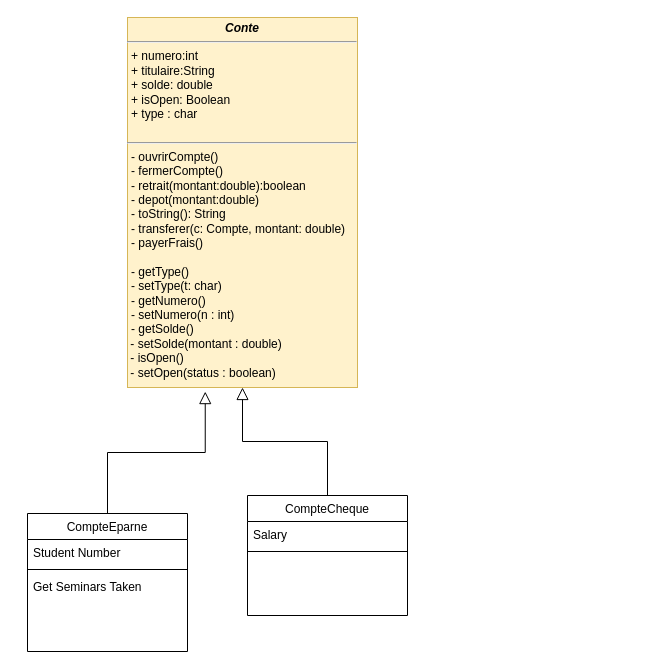
This is DEPOT/UML_Banque_Java.drawio from LuisCODS/Banque_Java, a draw.io file, before an edit. Source tidied: cells renumbered, new cells numbered last; positions are measured from the earlier drawing's top-left corner, leaving out a move shared by most shapes. Both pictures are drawn from the tidied source at 100%, with x=0, y=0 at pixel (27, 17).
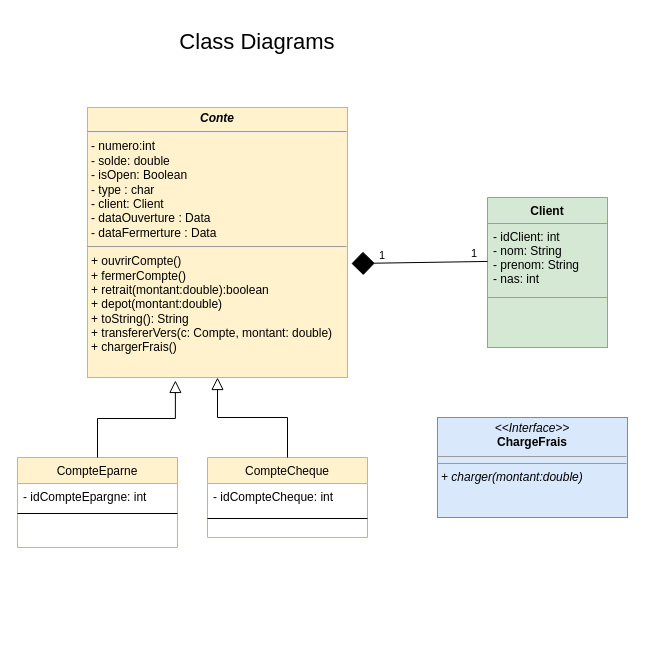
The same diagram, later.

What changed in the source:
```diff
@@
-    <mxCell id="2" value="CompteEparne" style="swimlane;fontStyle=0;align=center;verticalAlign=top;horizontal=1;startSize=26;rounded=0;shadow=0;strokeWidth=1;" parent="1" vertex="1">
-      <mxGeometry y="496" width="160" height="138" as="geometry" />
+    <mxCell id="2" value="CompteEparne" style="swimlane;fontStyle=0;align=center;verticalAlign=top;horizontal=1;startSize=26;rounded=0;shadow=0;strokeWidth=1;fillColor=#fff2cc;strokeColor=#d6b656;" parent="1" vertex="1">
+      <mxGeometry x="-10" y="440" width="160" height="90" as="geometry" />
     </mxCell>
-    <mxCell id="3" value="Student Number" style="text;align=left;verticalAlign=top;spacingLeft=4;spacingRight=4;overflow=hidden;" parent="2" vertex="1">
+    <mxCell id="3" value="- idCompteEpargne: int" style="text;align=left;verticalAlign=top;spacingLeft=4;spacingRight=4;overflow=hidden;" parent="2" vertex="1">
       <mxGeometry y="26" width="160" height="26" as="geometry" />
     </mxCell>
@@
-    <mxCell id="5" value="Get Seminars Taken" style="text;align=left;verticalAlign=top;spacingLeft=4;spacingRight=4;overflow=hidden;" parent="2" vertex="1">
-      <mxGeometry y="60" width="160" height="26" as="geometry" />
-    </mxCell>
@@
-    <mxCell id="7" value="CompteCheque" style="swimlane;fontStyle=0;align=center;verticalAlign=top;horizontal=1;startSize=26;rounded=0;shadow=0;strokeWidth=1;" parent="1" vertex="1">
-      <mxGeometry x="220" y="478" width="160" height="120" as="geometry" />
+    <mxCell id="7" value="CompteCheque" style="swimlane;fontStyle=0;align=center;verticalAlign=top;horizontal=1;startSize=26;rounded=0;shadow=0;strokeWidth=1;fillColor=#fff2cc;strokeColor=#d6b656;" parent="1" vertex="1">
+      <mxGeometry x="180" y="440" width="160" height="80" as="geometry" />
     </mxCell>
-    <mxCell id="8" value="Salary" style="text;align=left;verticalAlign=top;spacingLeft=4;spacingRight=4;overflow=hidden;" parent="7" vertex="1">
-      <mxGeometry y="26" width="160" height="26" as="geometry" />
-    </mxCell>
+    <mxCell id="12" value="- idCompteCheque: int" style="text;strokeColor=none;fillColor=none;align=left;verticalAlign=top;spacingLeft=4;spacingRight=4;overflow=hidden;" parent="7" vertex="1">
+      <mxGeometry y="26" width="160" height="26" as="geometry" />
+    </mxCell>
     <mxCell id="9" style="line;html=1;strokeWidth=1;align=left;verticalAlign=middle;spacingTop=-1;spacingLeft=3;spacingRight=3;labelPosition=right;" parent="7" vertex="1">
-      <mxGeometry y="52" width="160" height="8" as="geometry" />
+      <mxGeometry y="52" width="160" height="18" as="geometry" />
     </mxCell>
@@
-    <mxCell id="11" value="&lt;p style=&quot;margin: 4px 0px 0px; text-align: center; font-size: 12px;&quot;&gt;&lt;i style=&quot;font-size: 12px;&quot;&gt;&lt;b style=&quot;font-size: 12px;&quot;&gt;Conte&lt;/b&gt;&lt;/i&gt;&lt;/p&gt;&lt;hr style=&quot;font-size: 12px;&quot;&gt;&lt;p style=&quot;margin: 0px 0px 0px 4px; font-size: 12px;&quot;&gt;&lt;span style=&quot;font-size: 12px;&quot;&gt;&lt;span style=&quot;font-size: 12px;&quot;&gt;+ numero:int&lt;/span&gt;&lt;/span&gt;&lt;span style=&quot;font-size: 12px;&quot;&gt;&lt;/span&gt;&lt;/p&gt;&lt;p style=&quot;margin: 0px 0px 0px 4px; font-size: 12px;&quot;&gt;&lt;span style=&quot;font-size: 12px;&quot;&gt;&lt;span style=&quot;font-size: 12px;&quot;&gt;+ titulaire:String&lt;/span&gt;&lt;/span&gt;&lt;/p&gt;&lt;p style=&quot;margin: 0px 0px 0px 4px; font-size: 12px;&quot;&gt;&lt;span style=&quot;font-size: 12px;&quot;&gt;&lt;span style=&quot;font-size: 12px;&quot;&gt;+ solde: double&lt;/span&gt;&lt;/span&gt;&lt;/p&gt;&lt;p style=&quot;margin: 0px 0px 0px 4px; font-size: 12px;&quot;&gt;&lt;span style=&quot;font-size: 12px;&quot;&gt;&lt;span style=&quot;font-size: 12px;&quot;&gt;+ isOpen: Boolean&lt;/span&gt;&lt;/span&gt;&lt;/p&gt;&lt;p style=&quot;margin: 0px 0px 0px 4px; font-size: 12px;&quot;&gt;&lt;span style=&quot;font-size: 12px;&quot;&gt;&lt;span style=&quot;font-size: 12px;&quot;&gt;+ type : char&lt;/span&gt;&lt;/span&gt;&lt;span style=&quot;font-size: 12px;&quot;&gt;&lt;span style=&quot;font-size: 12px;&quot;&gt;&lt;/span&gt;&lt;/span&gt;&lt;/p&gt;&lt;p style=&quot;margin: 0px 0px 0px 4px; font-size: 12px;&quot;&gt;&lt;span style=&quot;font-size: 12px;&quot;&gt;&lt;span style=&quot;font-size: 12px;&quot;&gt;&lt;br style=&quot;font-size: 12px;&quot;&gt;&lt;/span&gt;&lt;/span&gt;&lt;span style=&quot;font-size: 12px;&quot;&gt;&lt;span style=&quot;font-size: 12px;&quot;&gt;&lt;/span&gt;&lt;/span&gt;&lt;span style=&quot;font-size: 12px;&quot;&gt;&lt;span style=&quot;font-size: 12px;&quot;&gt;&lt;/span&gt;&lt;/span&gt;&lt;/p&gt;&lt;p style=&quot;margin: 0px 0px 0px 4px; font-size: 12px;&quot;&gt;&lt;span style=&quot;font-size: 12px;&quot;&gt;&lt;span style=&quot;font-size: 12px;&quot;&gt; &lt;/span&gt;&lt;/span&gt;&lt;/p&gt;&lt;hr style=&quot;font-size: 12px;&quot;&gt;&lt;p style=&quot;margin: 0px 0px 0px 4px; font-size: 12px;&quot;&gt;- ouvrirCompte()&lt;br style=&quot;font-size: 12px;&quot;&gt;&lt;/p&gt;&lt;p style=&quot;margin: 0px 0px 0px 4px; font-size: 12px;&quot;&gt;- fermerCompte()&lt;br style=&quot;font-size: 12px;&quot;&gt;&lt;/p&gt;&lt;p style=&quot;margin: 0px 0px 0px 4px; font-size: 12px;&quot;&gt;- retrait(montant:double):boolean&lt;/p&gt;&lt;p style=&quot;margin: 0px 0px 0px 4px; font-size: 12px;&quot;&gt;- depot(montant:double)&lt;br style=&quot;font-size: 12px;&quot;&gt;&lt;/p&gt;&lt;p style=&quot;margin: 0px 0px 0px 4px; font-size: 12px;&quot;&gt;- toString(): String&lt;/p&gt;&lt;p style=&quot;margin: 0px 0px 0px 4px; font-size: 12px;&quot;&gt;&lt;/p&gt;&lt;p style=&quot;margin: 0px 0px 0px 4px; font-size: 12px;&quot;&gt;- transferer(c: Compte, montant: double)&lt;br style=&quot;font-size: 12px;&quot;&gt;&lt;/p&gt;&lt;p style=&quot;margin: 0px 0px 0px 4px; font-size: 12px;&quot; align=&quot;left&quot;&gt;- payerFrais()&lt;br style=&quot;font-size: 12px;&quot;&gt;&lt;/p&gt;&lt;p style=&quot;margin: 0px 0px 0px 4px; font-size: 12px;&quot;&gt;&lt;br style=&quot;font-size: 12px;&quot;&gt;&lt;/p&gt;&lt;p style=&quot;margin: 0px 0px 0px 4px; font-size: 12px;&quot;&gt;- getType()&lt;/p&gt;&lt;p style=&quot;margin: 0px 0px 0px 4px; font-size: 12px;&quot;&gt;- setType(t: char)&lt;br&gt;&lt;/p&gt;&lt;p style=&quot;margin: 0px 0px 0px 4px; font-size: 12px;&quot;&gt;- getNumero()&lt;/p&gt;&lt;p style=&quot;margin: 0px 0px 0px 4px; font-size: 12px;&quot;&gt;- setNumero(n : int)&lt;br&gt;&lt;/p&gt;&lt;p style=&quot;margin: 0px 0px 0px 4px; font-size: 12px;&quot;&gt;- getSolde()&lt;/p&gt;&lt;div style=&quot;font-size: 12px;&quot;&gt;&amp;nbsp;- setSolde(montant : double)&lt;/div&gt;&lt;div style=&quot;font-size: 12px;&quot;&gt;&amp;nbsp;- isOpen()&lt;/div&gt;&lt;div style=&quot;font-size: 12px;&quot;&gt;&amp;nbsp;- setOpen(status : boolean)&lt;br style=&quot;font-size: 12px;&quot;&gt;&lt;/div&gt;&lt;p style=&quot;margin: 0px 0px 0px 4px; font-size: 12px;&quot;&gt;&lt;/p&gt;&lt;p style=&quot;margin: 0px 0px 0px 4px; font-size: 12px;&quot;&gt;&lt;/p&gt;&lt;p style=&quot;margin: 0px 0px 0px 4px; font-size: 12px;&quot;&gt;&lt;/p&gt;&lt;p style=&quot;margin: 0px 0px 0px 4px; font-size: 12px;&quot;&gt;&lt;/p&gt;&lt;p style=&quot;margin: 0px 0px 0px 4px; font-size: 12px;&quot;&gt;&lt;/p&gt;" style="verticalAlign=top;align=left;overflow=fill;fontSize=12;fontFamily=Helvetica;html=1;fillColor=#fff2cc;strokeColor=#d6b656;" parent="1" vertex="1">
-      <mxGeometry x="100" width="230" height="370" as="geometry" />
+    <mxCell id="11" value="&lt;p style=&quot;margin: 4px 0px 0px; text-align: center; font-size: 12px;&quot;&gt;&lt;i style=&quot;font-size: 12px;&quot;&gt;&lt;b style=&quot;font-size: 12px;&quot;&gt;Conte&lt;/b&gt;&lt;/i&gt;&lt;/p&gt;&lt;hr style=&quot;font-size: 12px;&quot;&gt;&lt;p style=&quot;margin: 0px 0px 0px 4px; font-size: 12px;&quot;&gt;&lt;span style=&quot;font-size: 12px;&quot;&gt;&lt;span style=&quot;font-size: 12px;&quot;&gt;- numero:int&lt;/span&gt;&lt;/span&gt;&lt;/p&gt;&lt;p style=&quot;margin: 0px 0px 0px 4px; font-size: 12px;&quot;&gt;&lt;span style=&quot;font-size: 12px;&quot;&gt;&lt;span style=&quot;font-size: 12px;&quot;&gt;- solde: double&lt;/span&gt;&lt;/span&gt;&lt;/p&gt;&lt;p style=&quot;margin: 0px 0px 0px 4px; font-size: 12px;&quot;&gt;&lt;span style=&quot;font-size: 12px;&quot;&gt;&lt;span style=&quot;font-size: 12px;&quot;&gt;- isOpen: Boolean&lt;/span&gt;&lt;/span&gt;&lt;/p&gt;&lt;p style=&quot;margin: 0px 0px 0px 4px; font-size: 12px;&quot;&gt;&lt;span style=&quot;font-size: 12px;&quot;&gt;&lt;span style=&quot;font-size: 12px;&quot;&gt;- type : char&lt;/span&gt;&lt;/span&gt;&lt;/p&gt;&lt;p style=&quot;margin: 0px 0px 0px 4px; font-size: 12px;&quot;&gt;- client: Client&lt;/p&gt;&lt;p style=&quot;margin: 0px 0px 0px 4px; font-size: 12px;&quot;&gt;- dataOuverture : Data&lt;/p&gt;&lt;p style=&quot;margin: 0px 0px 0px 4px; font-size: 12px;&quot;&gt;- dataFermerture : Data&lt;span style=&quot;font-size: 12px;&quot;&gt;&lt;span style=&quot;font-size: 12px;&quot;&gt;&lt;/span&gt;&lt;/span&gt;&lt;span style=&quot;font-size: 12px;&quot;&gt;&lt;span style=&quot;font-size: 12px;&quot;&gt;&lt;/span&gt;&lt;/span&gt;&lt;/p&gt;&lt;p style=&quot;margin: 0px 0px 0px 4px; font-size: 12px;&quot;&gt;&lt;/p&gt;&lt;hr style=&quot;font-size: 12px;&quot;&gt;&lt;p style=&quot;margin: 0px 0px 0px 4px; font-size: 12px;&quot;&gt;+ ouvrirCompte()&lt;br style=&quot;font-size: 12px;&quot;&gt;&lt;/p&gt;&lt;p style=&quot;margin: 0px 0px 0px 4px; font-size: 12px;&quot;&gt;+ fermerCompte()&lt;br style=&quot;font-size: 12px;&quot;&gt;&lt;/p&gt;&lt;p style=&quot;margin: 0px 0px 0px 4px; font-size: 12px;&quot;&gt;+ retrait(montant:double):boolean&lt;/p&gt;&lt;p style=&quot;margin: 0px 0px 0px 4px; font-size: 12px;&quot;&gt;+ depot(montant:double)&lt;br style=&quot;font-size: 12px;&quot;&gt;&lt;/p&gt;&lt;p style=&quot;margin: 0px 0px 0px 4px; font-size: 12px;&quot;&gt;+ toString(): String&lt;/p&gt;&lt;p style=&quot;margin: 0px 0px 0px 4px; font-size: 12px;&quot;&gt;&lt;/p&gt;&lt;p style=&quot;margin: 0px 0px 0px 4px; font-size: 12px;&quot;&gt;+ transfererVers(c: Compte, montant: double)&lt;br style=&quot;font-size: 12px;&quot;&gt;&lt;/p&gt;&lt;p style=&quot;margin: 0px 0px 0px 4px; font-size: 12px;&quot; align=&quot;left&quot;&gt;+ chargerFrais()&lt;br style=&quot;font-size: 12px;&quot;&gt;&lt;/p&gt;&lt;p style=&quot;margin: 0px 0px 0px 4px; font-size: 12px;&quot;&gt;&lt;/p&gt;&lt;p style=&quot;margin: 0px 0px 0px 4px; font-size: 12px;&quot;&gt;&lt;/p&gt;&lt;p style=&quot;margin: 0px 0px 0px 4px; font-size: 12px;&quot;&gt;&lt;/p&gt;&lt;p style=&quot;margin: 0px 0px 0px 4px; font-size: 12px;&quot;&gt;&lt;/p&gt;&lt;p style=&quot;margin: 0px 0px 0px 4px; font-size: 12px;&quot;&gt;&lt;/p&gt;" style="verticalAlign=top;align=left;overflow=fill;fontSize=12;fontFamily=Helvetica;html=1;fillColor=#fff2cc;strokeColor=#d6b656;" parent="1" vertex="1">
+      <mxGeometry x="60" y="90" width="260" height="270" as="geometry" />
     </mxCell>
+    <mxCell id="13" value="Client" style="swimlane;fontStyle=1;align=center;verticalAlign=top;horizontal=1;startSize=26;fillColor=#d5e8d4;strokeColor=#82b366;" parent="1" vertex="1">
+      <mxGeometry x="460" y="180" width="120" height="150" as="geometry" />
+    </mxCell>
+    <mxCell id="14" value="- idClient: int&#10;- nom: String&#10;- prenom: String&#10;- nas: int" style="text;strokeColor=#82b366;fillColor=#d5e8d4;align=left;verticalAlign=top;spacingLeft=4;spacingRight=4;overflow=hidden;points=[[0,0.5],[1,0.5]];portConstraint=eastwest;" parent="13" vertex="1">
+      <mxGeometry y="26" width="120" height="74" as="geometry" />
+    </mxCell>
+    <mxCell id="15" style="line;strokeWidth=1;fillColor=none;align=left;verticalAlign=middle;spacingTop=-1;spacingLeft=3;spacingRight=3;labelPosition=right;strokeColor=inherit;" parent="13" vertex="1">
+      <mxGeometry y="100" width="120" as="geometry" />
+    </mxCell>
+    <mxCell id="16" style="text;strokeColor=#82b366;fillColor=#d5e8d4;align=left;verticalAlign=top;spacingLeft=4;spacingRight=4;overflow=hidden;" parent="13" vertex="1">
+      <mxGeometry y="100" width="120" height="50" as="geometry" />
+    </mxCell>
+    <mxCell id="17" style="endArrow=none;html=1;rounded=0;strokeColor=default;targetPerimeterSpacing=0;startArrow=diamond;startFill=1;exitX=1.015;exitY=0.578;exitDx=0;exitDy=0;exitPerimeter=0;strokeWidth=1;sourcePerimeterSpacing=0;endSize=0;startSize=21;jumpSize=12;" parent="1" edge="1" source="11" target="14">
+      <mxGeometry relative="1" as="geometry" />
+    </mxCell>
+    <mxCell id="18" value="1" style="edgeLabel;html=1;align=left;verticalAlign=bottom;" parent="17" vertex="1">
+      <mxGeometry x="-1" relative="1" as="geometry">
+        <mxPoint x="26" as="offset" />
+      </mxGeometry>
+    </mxCell>
+    <mxCell id="19" value="1" style="edgeLabel;html=1;align=right;verticalAlign=bottom;" parent="17" vertex="1">
+      <mxGeometry x="1" relative="1" as="geometry">
+        <mxPoint x="-10" as="offset" />
+      </mxGeometry>
+    </mxCell>
+    <mxCell id="20" value="Class Diagrams " style="text;html=1;strokeColor=none;fillColor=none;align=center;verticalAlign=middle;whiteSpace=wrap;rounded=0;fontSize=22;" parent="1" vertex="1">
+      <mxGeometry x="100" y="10" width="260" height="30" as="geometry" />
+    </mxCell>
+    <mxCell id="21" value="&lt;p style=&quot;margin:0px;margin-top:4px;text-align:center;&quot;&gt;&lt;i&gt;&amp;lt;&amp;lt;Interface&amp;gt;&amp;gt;&lt;/i&gt;&lt;br&gt;&lt;b&gt;ChargeFrais&lt;/b&gt;&lt;br&gt;&lt;/p&gt;&lt;hr size=&quot;1&quot;&gt;&lt;hr size=&quot;1&quot;&gt;&lt;p style=&quot;margin:0px;margin-left:4px;&quot;&gt;&lt;i&gt;+ charger(montant:double)&lt;/i&gt;&lt;br&gt;&lt;/p&gt;" style="verticalAlign=top;align=left;overflow=fill;fontSize=12;fontFamily=Helvetica;html=1;fillColor=#dae8fc;strokeColor=#6c8ebf;" parent="1" vertex="1">
+      <mxGeometry x="410" y="400" width="190" height="100" as="geometry" />
+    </mxCell>
```
